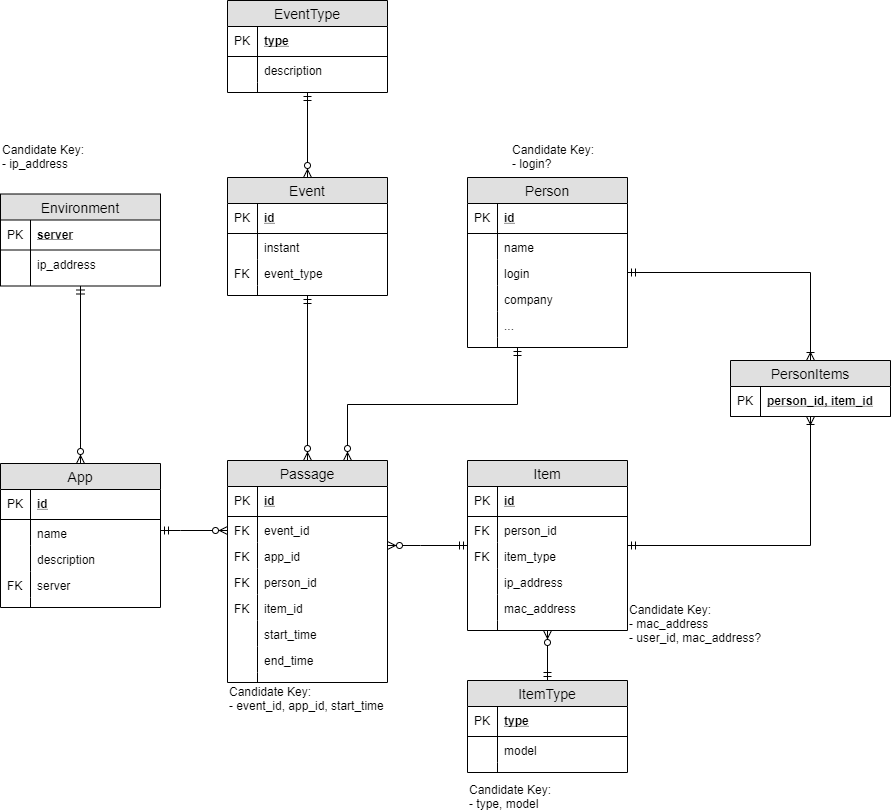
Above: documentation/models/db_model-ER Extended.png in apm1005/TFG (draw.io), before the change. Source tidied: cells renumbered, new cells last; positions are measured from the earlier drawing's top-left corner, leaving out a move shared by most shapes.
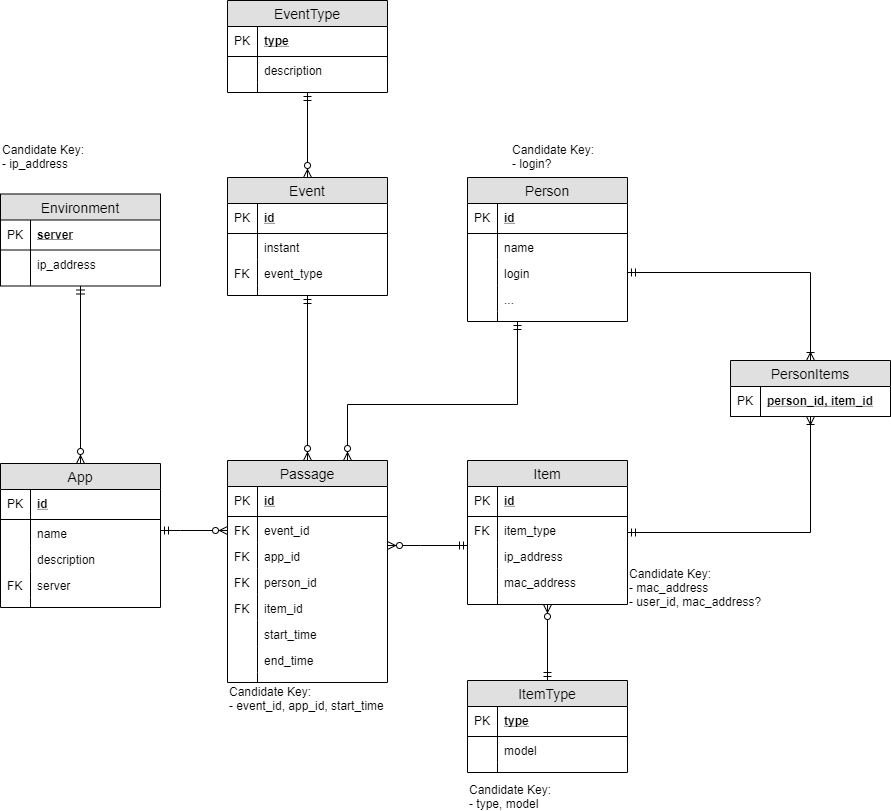
The same diagram one commit later.

Commit message:
Deleted person_id attribute from Item entity #29

The edit, as a diff of the source:
```diff
@@ -160,7 +160,7 @@
       <mxGeometry width="30" height="10" as="geometry" />
     </mxCell>
     <mxCell id="51" value="Person" style="swimlane;fontStyle=0;horizontal=1;startSize=26;fillColor=#e0e0e0;swimlaneFillColor=#ffffff;align=center;fontSize=14;" parent="1" vertex="1">
-      <mxGeometry x="467" y="177" width="160" height="170" as="geometry" />
+      <mxGeometry x="467" y="177" width="160" height="144" as="geometry" />
     </mxCell>
     <mxCell id="52" value="id" style="shape=partialRectangle;top=0;left=0;right=0;bottom=1;align=left;verticalAlign=middle;fillColor=none;spacingLeft=34;spacingRight=4;overflow=hidden;fontStyle=5;fontSize=12;" parent="51" vertex="1">
       <mxGeometry y="26" width="160" height="30" as="geometry" />
@@ -180,20 +180,14 @@
     <mxCell id="57" style="shape=partialRectangle;top=0;left=0;bottom=0;fillColor=none;align=left;verticalAlign=top;spacingLeft=4;spacingRight=4;overflow=hidden;fontSize=12;" parent="56" vertex="1">
       <mxGeometry width="30" height="26" as="geometry" />
     </mxCell>
-    <mxCell id="58" value="company" style="shape=partialRectangle;top=0;left=0;right=0;bottom=0;align=left;verticalAlign=top;fillColor=none;spacingLeft=34;spacingRight=4;overflow=hidden;fontSize=12;" parent="51" vertex="1">
-      <mxGeometry y="108" width="160" height="26" as="geometry" />
-    </mxCell>
-    <mxCell id="59" style="shape=partialRectangle;top=0;left=0;bottom=0;fillColor=none;align=left;verticalAlign=top;spacingLeft=4;spacingRight=4;overflow=hidden;fontSize=12;" parent="58" vertex="1">
-      <mxGeometry width="30" height="26" as="geometry" />
-    </mxCell>
     <mxCell id="60" value="..." style="shape=partialRectangle;top=0;left=0;right=0;bottom=0;align=left;verticalAlign=top;fillColor=none;spacingLeft=34;spacingRight=4;overflow=hidden;fontSize=12;" parent="51" vertex="1">
-      <mxGeometry y="134" width="160" height="26" as="geometry" />
+      <mxGeometry y="108" width="160" height="26" as="geometry" />
     </mxCell>
     <mxCell id="61" style="shape=partialRectangle;top=0;left=0;bottom=0;fillColor=none;align=left;verticalAlign=top;spacingLeft=4;spacingRight=4;overflow=hidden;fontSize=12;" parent="60" vertex="1">
       <mxGeometry width="30" height="26" as="geometry" />
     </mxCell>
     <mxCell id="62" style="shape=partialRectangle;top=0;left=0;right=0;bottom=0;align=left;verticalAlign=top;fillColor=none;spacingLeft=34;spacingRight=4;overflow=hidden;fontSize=12;" parent="51" vertex="1">
-      <mxGeometry y="160" width="160" height="10" as="geometry" />
+      <mxGeometry y="134" width="160" height="10" as="geometry" />
     </mxCell>
     <mxCell id="63" style="shape=partialRectangle;top=0;left=0;bottom=0;fillColor=none;align=left;verticalAlign=top;spacingLeft=4;spacingRight=4;overflow=hidden;fontSize=12;" parent="62" vertex="1">
       <mxGeometry width="30" height="10" as="geometry" />
@@ -210,7 +204,7 @@
       <mxGeometry relative="1" as="geometry" />
     </mxCell>
     <mxCell id="66" value="Item" style="swimlane;fontStyle=0;horizontal=1;startSize=26;fillColor=#e0e0e0;swimlaneFillColor=#ffffff;align=center;fontSize=14;" parent="1" vertex="1">
-      <mxGeometry x="467" y="460" width="160" height="170" as="geometry" />
+      <mxGeometry x="467" y="460" width="160" height="144" as="geometry" />
     </mxCell>
     <mxCell id="67" value="id" style="shape=partialRectangle;top=0;left=0;right=0;bottom=1;align=left;verticalAlign=middle;fillColor=none;spacingLeft=34;spacingRight=4;overflow=hidden;fontStyle=5;fontSize=12;" parent="66" vertex="1">
       <mxGeometry y="26" width="160" height="30" as="geometry" />
@@ -218,32 +212,26 @@
     <mxCell id="68" value="PK" style="shape=partialRectangle;top=0;left=0;bottom=0;fillColor=none;align=left;verticalAlign=middle;spacingLeft=4;spacingRight=4;overflow=hidden;fontSize=12;" parent="67" vertex="1">
       <mxGeometry width="30" height="30" as="geometry" />
     </mxCell>
-    <mxCell id="69" value="person_id" style="shape=partialRectangle;top=0;left=0;right=0;bottom=0;align=left;verticalAlign=top;fillColor=none;spacingLeft=34;spacingRight=4;overflow=hidden;fontSize=12;" parent="66" vertex="1">
-      <mxGeometry y="56" width="160" height="26" as="geometry" />
-    </mxCell>
-    <mxCell id="70" value="FK" style="shape=partialRectangle;top=0;left=0;bottom=0;fillColor=none;align=left;verticalAlign=top;spacingLeft=4;spacingRight=4;overflow=hidden;fontSize=12;" parent="69" vertex="1">
-      <mxGeometry width="30" height="26" as="geometry" />
-    </mxCell>
     <mxCell id="71" value="item_type" style="shape=partialRectangle;top=0;left=0;right=0;bottom=0;align=left;verticalAlign=top;fillColor=none;spacingLeft=34;spacingRight=4;overflow=hidden;fontSize=12;" parent="66" vertex="1">
-      <mxGeometry y="82" width="160" height="26" as="geometry" />
+      <mxGeometry y="56" width="160" height="26" as="geometry" />
     </mxCell>
     <mxCell id="72" value="FK" style="shape=partialRectangle;top=0;left=0;bottom=0;fillColor=none;align=left;verticalAlign=top;spacingLeft=4;spacingRight=4;overflow=hidden;fontSize=12;" parent="71" vertex="1">
       <mxGeometry width="30" height="26" as="geometry" />
     </mxCell>
     <mxCell id="73" value="ip_address" style="shape=partialRectangle;top=0;left=0;right=0;bottom=0;align=left;verticalAlign=top;fillColor=none;spacingLeft=34;spacingRight=4;overflow=hidden;fontSize=12;" parent="66" vertex="1">
-      <mxGeometry y="108" width="160" height="26" as="geometry" />
+      <mxGeometry y="82" width="160" height="26" as="geometry" />
     </mxCell>
     <mxCell id="74" style="shape=partialRectangle;top=0;left=0;bottom=0;fillColor=none;align=left;verticalAlign=top;spacingLeft=4;spacingRight=4;overflow=hidden;fontSize=12;" parent="73" vertex="1">
       <mxGeometry width="30" height="26" as="geometry" />
     </mxCell>
     <mxCell id="75" value="mac_address" style="shape=partialRectangle;top=0;left=0;right=0;bottom=0;align=left;verticalAlign=top;fillColor=none;spacingLeft=34;spacingRight=4;overflow=hidden;fontSize=12;" parent="66" vertex="1">
-      <mxGeometry y="134" width="160" height="26" as="geometry" />
+      <mxGeometry y="108" width="160" height="26" as="geometry" />
     </mxCell>
     <mxCell id="76" style="shape=partialRectangle;top=0;left=0;bottom=0;fillColor=none;align=left;verticalAlign=top;spacingLeft=4;spacingRight=4;overflow=hidden;fontSize=12;" parent="75" vertex="1">
       <mxGeometry width="30" height="26" as="geometry" />
     </mxCell>
     <mxCell id="77" style="shape=partialRectangle;top=0;left=0;right=0;bottom=0;align=left;verticalAlign=top;fillColor=none;spacingLeft=34;spacingRight=4;overflow=hidden;fontSize=12;" parent="66" vertex="1">
-      <mxGeometry y="160" width="160" height="10" as="geometry" />
+      <mxGeometry y="134" width="160" height="10" as="geometry" />
     </mxCell>
     <mxCell id="78" style="shape=partialRectangle;top=0;left=0;bottom=0;fillColor=none;align=left;verticalAlign=top;spacingLeft=4;spacingRight=4;overflow=hidden;fontSize=12;" parent="77" vertex="1">
       <mxGeometry width="30" height="10" as="geometry" />
@@ -300,7 +288,7 @@
       <mxGeometry x="227" y="682" width="170" height="30" as="geometry" />
     </mxCell>
     <mxCell id="96" value="Candidate Key:&lt;br&gt;- mac_address&lt;br&gt;- user_id, mac_address?" style="text;html=1;align=left;verticalAlign=top;spacingTop=-4;" parent="1" vertex="1">
-      <mxGeometry x="627" y="600" width="150" height="40" as="geometry" />
+      <mxGeometry x="627" y="564" width="150" height="40" as="geometry" />
     </mxCell>
     <mxCell id="97" value="Candidate Key:&lt;br&gt;- login?" style="text;html=1;align=left;verticalAlign=top;spacingTop=-4;" parent="1" vertex="1">
       <mxGeometry x="510" y="140" width="100" height="30" as="geometry" />
```
